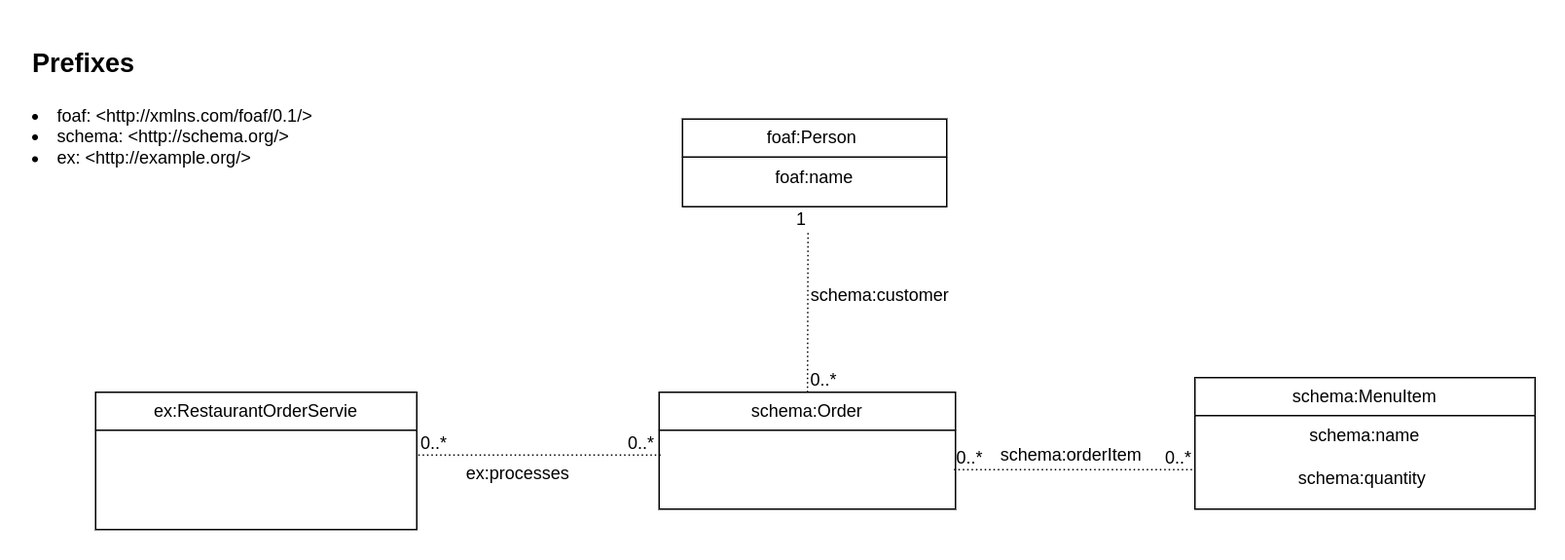
The draw.io diagram 09-lov/lov-restaurant.png in betse/NSWI145, before a commit. Source tidied: cells renumbered, new cells last; positions are measured from the earlier drawing's top-left corner, leaving out a move shared by most shapes. The source it was exported from:
```xml
<mxGraphModel>
  <root>
    <mxCell id="0" />
    <mxCell id="1" parent="0" />
    <mxCell id="2" value="schema:Order" style="swimlane;fontStyle=0;horizontal=1;startSize=26;fillColor=none;whiteSpace=wrap;html=1;" parent="1" vertex="1">
      <mxGeometry x="431" y="248" width="203" height="80" as="geometry" />
    </mxCell>
    <mxCell id="3" value="ex:RestaurantOrderServie" style="swimlane;fontStyle=0;horizontal=1;startSize=26;fillColor=none;whiteSpace=wrap;html=1;" parent="1" vertex="1">
      <mxGeometry x="45" y="248" width="220" height="94" as="geometry" />
    </mxCell>
    <mxCell id="4" value="schema:MenuItem" style="swimlane;fontStyle=0;horizontal=1;startSize=26;fillColor=none;whiteSpace=wrap;html=1;" parent="1" vertex="1">
      <mxGeometry x="798" y="238" width="233" height="90" as="geometry" />
    </mxCell>
    <mxCell id="5" value="&lt;div&gt;schema:name&lt;/div&gt;&lt;div&gt;&lt;br&gt;&lt;/div&gt;&lt;div&gt;schema:quantity&amp;nbsp;&lt;/div&gt;" style="text;strokeColor=none;fillColor=none;align=center;verticalAlign=top;spacingLeft=4;spacingRight=4;overflow=hidden;points=[[0,0.5],[1,0.5]];portConstraint=eastwest;whiteSpace=wrap;html=1;" parent="4" vertex="1">
      <mxGeometry y="26" width="233" height="64" as="geometry" />
    </mxCell>
    <mxCell id="6" value="foaf:Person&amp;nbsp;" style="swimlane;fontStyle=0;horizontal=1;startSize=26;fillColor=none;whiteSpace=wrap;html=1;" parent="1" vertex="1">
      <mxGeometry x="447" y="61" width="181" height="60" as="geometry" />
    </mxCell>
    <mxCell id="7" value="&lt;div&gt;foaf:name&lt;/div&gt;" style="text;strokeColor=none;fillColor=none;align=center;verticalAlign=top;spacingLeft=4;spacingRight=4;overflow=hidden;whiteSpace=wrap;html=1;" parent="6" vertex="1">
      <mxGeometry y="26" width="181" height="34" as="geometry" />
    </mxCell>
    <mxCell id="8" style="endArrow=none;html=1;rounded=0;dashed=1;dashPattern=1 2;" parent="1" edge="1">
      <mxGeometry relative="1" as="geometry">
        <mxPoint x="266" y="291" as="sourcePoint" />
        <mxPoint x="433" y="291" as="targetPoint" />
      </mxGeometry>
    </mxCell>
    <mxCell id="9" value="0..*" style="html=1;whiteSpace=wrap;align=left;verticalAlign=bottom;" parent="8" vertex="1">
      <mxGeometry x="-1" relative="1" as="geometry" />
    </mxCell>
    <mxCell id="10" value="0..*" style="html=1;whiteSpace=wrap;align=right;verticalAlign=bottom;" parent="8" vertex="1">
      <mxGeometry x="1" relative="1" as="geometry">
        <mxPoint x="-4" as="offset" />
      </mxGeometry>
    </mxCell>
    <mxCell id="11" style="endArrow=none;html=1;rounded=0;dashed=1;dashPattern=1 2;" parent="1" edge="1">
      <mxGeometry relative="1" as="geometry">
        <mxPoint x="633" y="301" as="sourcePoint" />
        <mxPoint x="797" y="301" as="targetPoint" />
      </mxGeometry>
    </mxCell>
    <mxCell id="12" value="0..*" style="html=1;whiteSpace=wrap;align=left;verticalAlign=bottom;" parent="11" vertex="1">
      <mxGeometry x="-1" relative="1" as="geometry" />
    </mxCell>
    <mxCell id="13" value="0..*" style="html=1;whiteSpace=wrap;align=right;verticalAlign=bottom;" parent="11" vertex="1">
      <mxGeometry x="1" relative="1" as="geometry" />
    </mxCell>
    <mxCell id="14" value="&lt;h1 style=&quot;margin-top: 0px;&quot;&gt;&lt;font style=&quot;font-size: 18px;&quot;&gt;Prefixes&lt;/font&gt;&lt;/h1&gt;&lt;div&gt;&lt;li class=&quot;break-words&quot;&gt;&lt;span class=&quot;text-sm px-1 rounded-sm !font-mono bg-orange-400/10 text-orange-500 dark:bg-orange-300/10 dark:text-orange-200&quot;&gt;foaf&lt;/span&gt;: &lt;span class=&quot;text-sm px-1 rounded-sm !font-mono bg-orange-400/10 text-orange-500 dark:bg-orange-300/10 dark:text-orange-200&quot;&gt;&amp;lt;http://xmlns.com/foaf/0.1/&amp;gt;&lt;/span&gt;&lt;/li&gt;&lt;li class=&quot;break-words&quot;&gt;&lt;span class=&quot;text-sm px-1 rounded-sm !font-mono bg-orange-400/10 text-orange-500 dark:bg-orange-300/10 dark:text-orange-200&quot;&gt;schema&lt;/span&gt;: &lt;span class=&quot;text-sm px-1 rounded-sm !font-mono bg-orange-400/10 text-orange-500 dark:bg-orange-300/10 dark:text-orange-200&quot;&gt;&amp;lt;http://schema.org/&amp;gt;&lt;/span&gt;&lt;/li&gt;&lt;li class=&quot;break-words&quot;&gt;ex&lt;span style=&quot;background-color: transparent; color: light-dark(rgb(0, 0, 0), rgb(255, 255, 255));&quot;&gt;: &lt;/span&gt;&lt;span style=&quot;background-color: transparent; color: light-dark(rgb(0, 0, 0), rgb(255, 255, 255));&quot; class=&quot;text-sm px-1 rounded-sm !font-mono bg-orange-400/10 text-orange-500 dark:bg-orange-300/10 dark:text-orange-200&quot;&gt;&amp;lt;http://example.org/&amp;gt;&lt;/span&gt;&lt;/li&gt;&lt;/div&gt;" style="text;html=1;whiteSpace=wrap;overflow=hidden;rounded=0;" parent="1" vertex="1">
      <mxGeometry width="360" height="118" as="geometry" />
    </mxCell>
    <mxCell id="15" style="endArrow=none;html=1;rounded=0;dashed=1;dashPattern=1 2;" parent="1" edge="1" source="2">
      <mxGeometry relative="1" as="geometry">
        <mxPoint x="533" y="138" as="targetPoint" />
      </mxGeometry>
    </mxCell>
    <mxCell id="16" value="0..*" style="html=1;whiteSpace=wrap;align=left;verticalAlign=bottom;" parent="15" vertex="1">
      <mxGeometry x="-1" relative="1" as="geometry" />
    </mxCell>
    <mxCell id="17" value="1" style="html=1;whiteSpace=wrap;align=right;verticalAlign=bottom;" parent="15" vertex="1">
      <mxGeometry x="1" relative="1" as="geometry" />
    </mxCell>
    <mxCell id="18" value="ex:processes" style="text;html=1;align=center;verticalAlign=middle;strokeColor=none;fillColor=none;" parent="1" vertex="1">
      <mxGeometry x="289" y="291" width="89" height="26" as="geometry" />
    </mxCell>
    <mxCell id="19" value="schema:customer" style="text;html=1;align=center;verticalAlign=middle;strokeColor=none;fillColor=none;" parent="1" vertex="1">
      <mxGeometry x="525" y="169" width="113" height="26" as="geometry" />
    </mxCell>
    <mxCell id="20" value="&lt;div&gt;schema:orderItem&lt;/div&gt;" style="text;html=1;align=center;verticalAlign=middle;strokeColor=none;fillColor=none;" parent="1" vertex="1">
      <mxGeometry x="655" y="278" width="115" height="26" as="geometry" />
    </mxCell>
  </root>
</mxGraphModel>
```
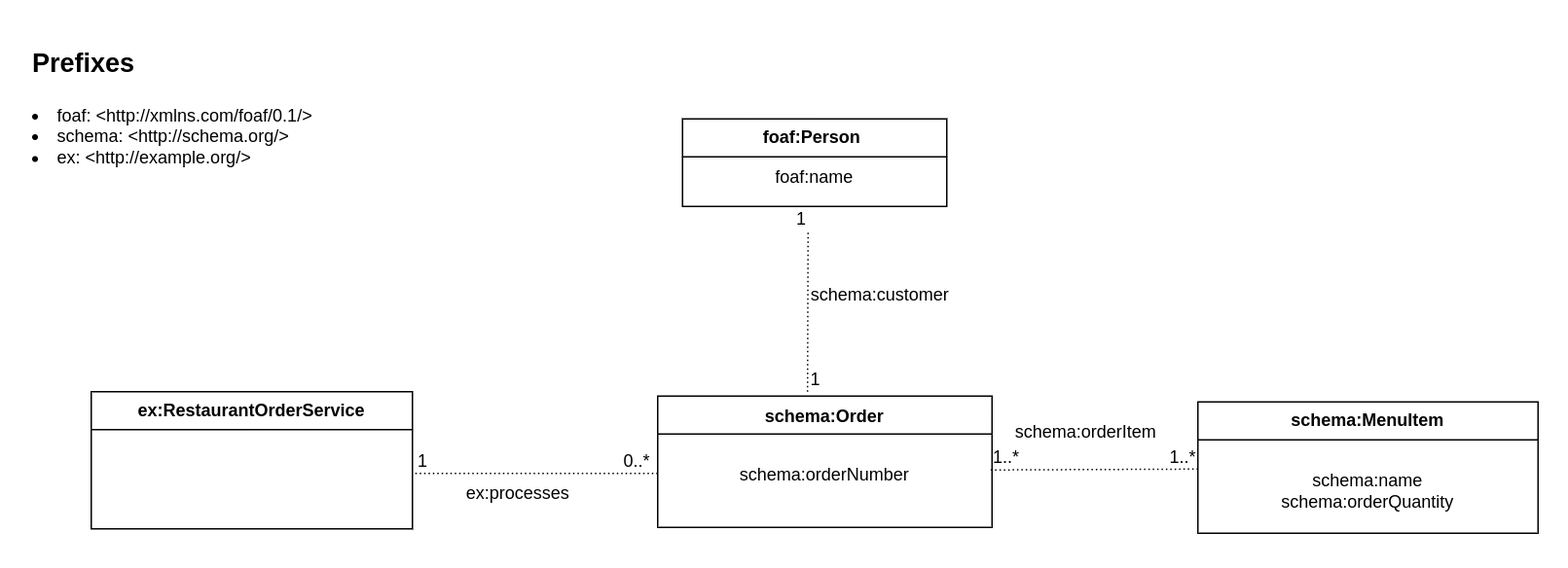
The same diagram one commit later.

The edit, as a diff of the source:
```diff
@@ -2,19 +2,16 @@
   <root>
     <mxCell id="0" />
     <mxCell id="1" parent="0" />
-    <mxCell id="2" value="schema:Order" style="swimlane;fontStyle=0;horizontal=1;startSize=26;fillColor=none;whiteSpace=wrap;html=1;" parent="1" vertex="1">
-      <mxGeometry x="431" y="248" width="203" height="80" as="geometry" />
-    </mxCell>
-    <mxCell id="3" value="ex:RestaurantOrderServie" style="swimlane;fontStyle=0;horizontal=1;startSize=26;fillColor=none;whiteSpace=wrap;html=1;" parent="1" vertex="1">
-      <mxGeometry x="45" y="248" width="220" height="94" as="geometry" />
+    <mxCell id="3" value="&lt;b&gt;ex:RestaurantOrderService&lt;/b&gt;" style="swimlane;fontStyle=0;horizontal=1;startSize=26;fillColor=none;whiteSpace=wrap;html=1;" parent="1" vertex="1">
+      <mxGeometry x="42" y="248" width="220" height="94" as="geometry" />
     </mxCell>
-    <mxCell id="4" value="schema:MenuItem" style="swimlane;fontStyle=0;horizontal=1;startSize=26;fillColor=none;whiteSpace=wrap;html=1;" parent="1" vertex="1">
-      <mxGeometry x="798" y="238" width="233" height="90" as="geometry" />
+    <mxCell id="4" value="&lt;b&gt;schema:MenuItem&lt;/b&gt;" style="swimlane;fontStyle=0;horizontal=1;startSize=26;fillColor=none;whiteSpace=wrap;html=1;" parent="1" vertex="1">
+      <mxGeometry x="800" y="255" width="233" height="90" as="geometry" />
     </mxCell>
-    <mxCell id="5" value="&lt;div&gt;schema:name&lt;/div&gt;&lt;div&gt;&lt;br&gt;&lt;/div&gt;&lt;div&gt;schema:quantity&amp;nbsp;&lt;/div&gt;" style="text;strokeColor=none;fillColor=none;align=center;verticalAlign=top;spacingLeft=4;spacingRight=4;overflow=hidden;points=[[0,0.5],[1,0.5]];portConstraint=eastwest;whiteSpace=wrap;html=1;" parent="4" vertex="1">
+    <mxCell id="5" value="&lt;div&gt;&lt;br&gt;&lt;/div&gt;&lt;div&gt;schema:name&lt;/div&gt;&lt;div&gt;schema:orderQuantity&lt;/div&gt;&lt;div&gt;&lt;br&gt;&lt;/div&gt;" style="text;strokeColor=none;fillColor=none;align=center;verticalAlign=top;spacingLeft=4;spacingRight=4;overflow=hidden;points=[[0,0.5],[1,0.5]];portConstraint=eastwest;whiteSpace=wrap;html=1;" parent="4" vertex="1">
       <mxGeometry y="26" width="233" height="64" as="geometry" />
     </mxCell>
-    <mxCell id="6" value="foaf:Person&amp;nbsp;" style="swimlane;fontStyle=0;horizontal=1;startSize=26;fillColor=none;whiteSpace=wrap;html=1;" parent="1" vertex="1">
+    <mxCell id="6" value="&lt;b&gt;foaf:Person&amp;nbsp;&lt;/b&gt;" style="swimlane;fontStyle=0;horizontal=1;startSize=26;fillColor=none;whiteSpace=wrap;html=1;" parent="1" vertex="1">
       <mxGeometry x="447" y="61" width="181" height="60" as="geometry" />
     </mxCell>
     <mxCell id="7" value="&lt;div&gt;foaf:name&lt;/div&gt;" style="text;strokeColor=none;fillColor=none;align=center;verticalAlign=top;spacingLeft=4;spacingRight=4;overflow=hidden;whiteSpace=wrap;html=1;" parent="6" vertex="1">
@@ -22,11 +19,11 @@
     </mxCell>
     <mxCell id="8" style="endArrow=none;html=1;rounded=0;dashed=1;dashPattern=1 2;" parent="1" edge="1">
       <mxGeometry relative="1" as="geometry">
-        <mxPoint x="266" y="291" as="sourcePoint" />
-        <mxPoint x="433" y="291" as="targetPoint" />
+        <mxPoint x="264" y="304" as="sourcePoint" />
+        <mxPoint x="431" y="304" as="targetPoint" />
       </mxGeometry>
     </mxCell>
-    <mxCell id="9" value="0..*" style="html=1;whiteSpace=wrap;align=left;verticalAlign=bottom;" parent="8" vertex="1">
+    <mxCell id="9" value="1" style="html=1;whiteSpace=wrap;align=left;verticalAlign=bottom;" parent="8" vertex="1">
       <mxGeometry x="-1" relative="1" as="geometry" />
     </mxCell>
     <mxCell id="10" value="0..*" style="html=1;whiteSpace=wrap;align=right;verticalAlign=bottom;" parent="8" vertex="1">
@@ -34,40 +31,44 @@
         <mxPoint x="-4" as="offset" />
       </mxGeometry>
     </mxCell>
-    <mxCell id="11" style="endArrow=none;html=1;rounded=0;dashed=1;dashPattern=1 2;" parent="1" edge="1">
-      <mxGeometry relative="1" as="geometry">
-        <mxPoint x="633" y="301" as="sourcePoint" />
-        <mxPoint x="797" y="301" as="targetPoint" />
-      </mxGeometry>
+    <mxCell id="11" style="endArrow=none;html=1;rounded=0;dashed=1;dashPattern=1 2;exitX=0.996;exitY=0.385;exitDx=0;exitDy=0;exitPerimeter=0;entryX=0;entryY=0.313;entryDx=0;entryDy=0;entryPerimeter=0;" parent="1" edge="1" source="21" target="5">
+      <mxGeometry relative="1" as="geometry" />
     </mxCell>
-    <mxCell id="12" value="0..*" style="html=1;whiteSpace=wrap;align=left;verticalAlign=bottom;" parent="11" vertex="1">
+    <mxCell id="12" value="1..*" style="html=1;whiteSpace=wrap;align=left;verticalAlign=bottom;" parent="11" vertex="1">
       <mxGeometry x="-1" relative="1" as="geometry" />
     </mxCell>
-    <mxCell id="13" value="0..*" style="html=1;whiteSpace=wrap;align=right;verticalAlign=bottom;" parent="11" vertex="1">
+    <mxCell id="13" value="1..*" style="html=1;whiteSpace=wrap;align=right;verticalAlign=bottom;" parent="11" vertex="1">
       <mxGeometry x="1" relative="1" as="geometry" />
     </mxCell>
     <mxCell id="14" value="&lt;h1 style=&quot;margin-top: 0px;&quot;&gt;&lt;font style=&quot;font-size: 18px;&quot;&gt;Prefixes&lt;/font&gt;&lt;/h1&gt;&lt;div&gt;&lt;li class=&quot;break-words&quot;&gt;&lt;span class=&quot;text-sm px-1 rounded-sm !font-mono bg-orange-400/10 text-orange-500 dark:bg-orange-300/10 dark:text-orange-200&quot;&gt;foaf&lt;/span&gt;: &lt;span class=&quot;text-sm px-1 rounded-sm !font-mono bg-orange-400/10 text-orange-500 dark:bg-orange-300/10 dark:text-orange-200&quot;&gt;&amp;lt;http://xmlns.com/foaf/0.1/&amp;gt;&lt;/span&gt;&lt;/li&gt;&lt;li class=&quot;break-words&quot;&gt;&lt;span class=&quot;text-sm px-1 rounded-sm !font-mono bg-orange-400/10 text-orange-500 dark:bg-orange-300/10 dark:text-orange-200&quot;&gt;schema&lt;/span&gt;: &lt;span class=&quot;text-sm px-1 rounded-sm !font-mono bg-orange-400/10 text-orange-500 dark:bg-orange-300/10 dark:text-orange-200&quot;&gt;&amp;lt;http://schema.org/&amp;gt;&lt;/span&gt;&lt;/li&gt;&lt;li class=&quot;break-words&quot;&gt;ex&lt;span style=&quot;background-color: transparent; color: light-dark(rgb(0, 0, 0), rgb(255, 255, 255));&quot;&gt;: &lt;/span&gt;&lt;span style=&quot;background-color: transparent; color: light-dark(rgb(0, 0, 0), rgb(255, 255, 255));&quot; class=&quot;text-sm px-1 rounded-sm !font-mono bg-orange-400/10 text-orange-500 dark:bg-orange-300/10 dark:text-orange-200&quot;&gt;&amp;lt;http://example.org/&amp;gt;&lt;/span&gt;&lt;/li&gt;&lt;/div&gt;" style="text;html=1;whiteSpace=wrap;overflow=hidden;rounded=0;" parent="1" vertex="1">
       <mxGeometry width="360" height="118" as="geometry" />
     </mxCell>
-    <mxCell id="15" style="endArrow=none;html=1;rounded=0;dashed=1;dashPattern=1 2;" parent="1" edge="1" source="2">
+    <mxCell id="15" style="endArrow=none;html=1;rounded=0;dashed=1;dashPattern=1 2;" parent="1" edge="1">
       <mxGeometry relative="1" as="geometry">
+        <mxPoint x="532.6" y="248" as="sourcePoint" />
         <mxPoint x="533" y="138" as="targetPoint" />
       </mxGeometry>
     </mxCell>
-    <mxCell id="16" value="0..*" style="html=1;whiteSpace=wrap;align=left;verticalAlign=bottom;" parent="15" vertex="1">
+    <mxCell id="16" value="1" style="html=1;whiteSpace=wrap;align=left;verticalAlign=bottom;" parent="15" vertex="1">
       <mxGeometry x="-1" relative="1" as="geometry" />
     </mxCell>
     <mxCell id="17" value="1" style="html=1;whiteSpace=wrap;align=right;verticalAlign=bottom;" parent="15" vertex="1">
       <mxGeometry x="1" relative="1" as="geometry" />
     </mxCell>
     <mxCell id="18" value="ex:processes" style="text;html=1;align=center;verticalAlign=middle;strokeColor=none;fillColor=none;" parent="1" vertex="1">
-      <mxGeometry x="289" y="291" width="89" height="26" as="geometry" />
+      <mxGeometry x="289" y="305" width="89" height="26" as="geometry" />
     </mxCell>
     <mxCell id="19" value="schema:customer" style="text;html=1;align=center;verticalAlign=middle;strokeColor=none;fillColor=none;" parent="1" vertex="1">
       <mxGeometry x="525" y="169" width="113" height="26" as="geometry" />
     </mxCell>
     <mxCell id="20" value="&lt;div&gt;schema:orderItem&lt;/div&gt;" style="text;html=1;align=center;verticalAlign=middle;strokeColor=none;fillColor=none;" parent="1" vertex="1">
-      <mxGeometry x="655" y="278" width="115" height="26" as="geometry" />
+      <mxGeometry x="665" y="263" width="115" height="26" as="geometry" />
     </mxCell>
+    <mxCell id="2" value="schema:Order" style="swimlane;fontStyle=1;align=center;verticalAlign=top;horizontal=1;startSize=26;whiteSpace=wrap;html=1;" parent="1" vertex="1">
+      <mxGeometry x="430" y="251" width="229" height="90" as="geometry" />
+    </mxCell>
+    <mxCell id="21" value="&lt;div&gt;&lt;br&gt;&lt;/div&gt;schema:orderNumber" style="text;strokeColor=none;fillColor=none;align=center;verticalAlign=top;spacingLeft=4;spacingRight=4;overflow=hidden;points=[[0,0.5],[1,0.5]];portConstraint=eastwest;whiteSpace=wrap;html=1;" parent="2" vertex="1">
+      <mxGeometry y="26" width="229" height="64" as="geometry" />
+    </mxCell>
   </root>
 </mxGraphModel>
```
